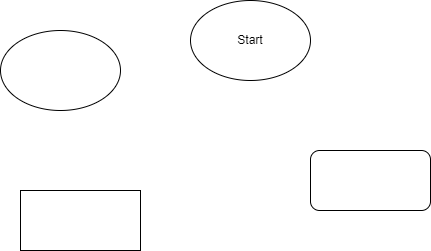
Before: ex000.drawio.png, a diagram exported from draw.io (JuliaBabina/Practicum). Source tidied: cells renumbered, new cells last; positions are measured from the earlier drawing's top-left corner, leaving out a move shared by most shapes.
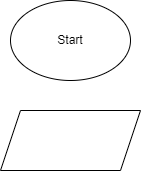
After the commit.

The edit, as a diff of the source:
```diff
@@ -5,14 +5,11 @@
     <mxCell id="2" value="Start" style="ellipse;whiteSpace=wrap;html=1;" parent="1" vertex="1">
       <mxGeometry x="190" width="120" height="80" as="geometry" />
     </mxCell>
-    <mxCell id="3" style="rounded=0;whiteSpace=wrap;html=1;" parent="1" vertex="1">
-      <mxGeometry x="20" y="190" width="120" height="60" as="geometry" />
-    </mxCell>
-    <mxCell id="4" style="rounded=1;whiteSpace=wrap;html=1;" parent="1" vertex="1">
-      <mxGeometry x="310" y="150" width="120" height="60" as="geometry" />
-    </mxCell>
-    <mxCell id="5" style="ellipse;whiteSpace=wrap;html=1;" parent="1" vertex="1">
-      <mxGeometry y="30" width="120" height="80" as="geometry" />
-    </mxCell>
+    <mxCell id="6" style="shape=parallelogram;perimeter=parallelogramPerimeter;whiteSpace=wrap;html=1;fixedSize=1;" parent="1" vertex="1">
+      <mxGeometry x="190" y="110" width="120" height="60" as="geometry" />
+    </mxCell>
+    <mxCell id="7" style="shape=parallelogram;perimeter=parallelogramPerimeter;whiteSpace=wrap;html=1;fixedSize=1;" parent="1" vertex="1">
+      <mxGeometry x="180" y="110" width="140" height="60" as="geometry" />
+    </mxCell>
   </root>
 </mxGraphModel>
```
